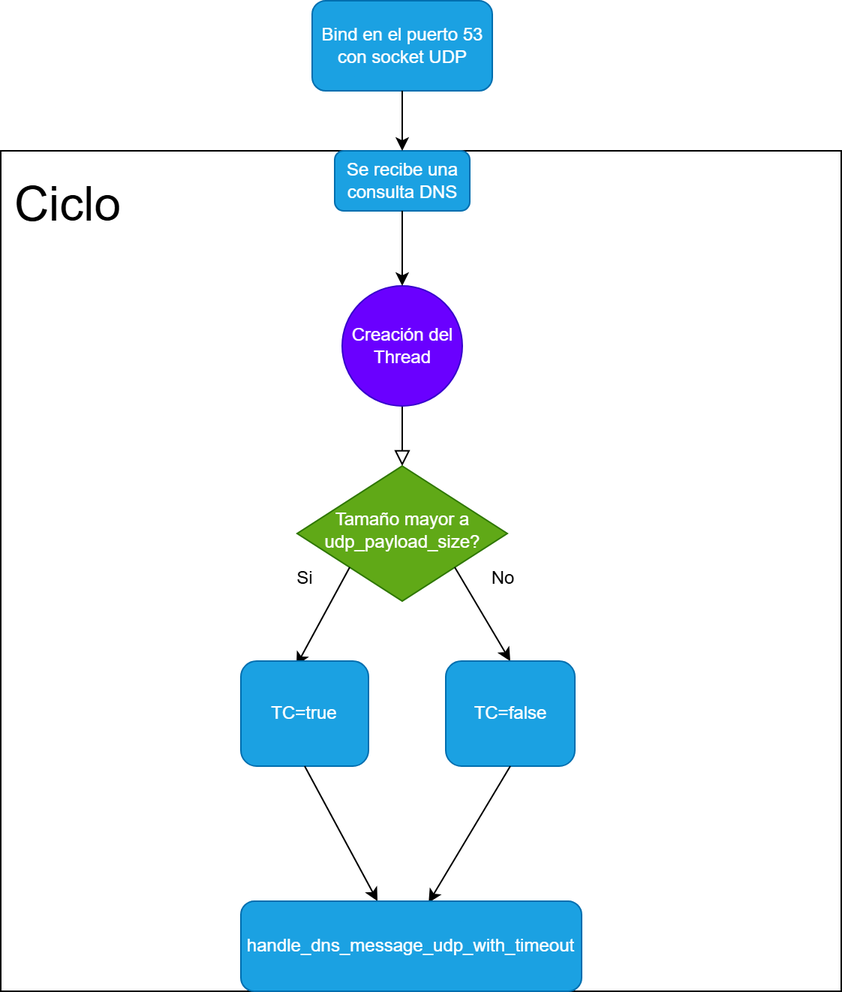
Earlier version of the draw.io export diagramas/recieve_and_response.png (konegoro/informe_memoria). Source tidied: cells renumbered, new cells last; positions are measured from the earlier drawing's top-left corner, leaving out a move shared by most shapes.
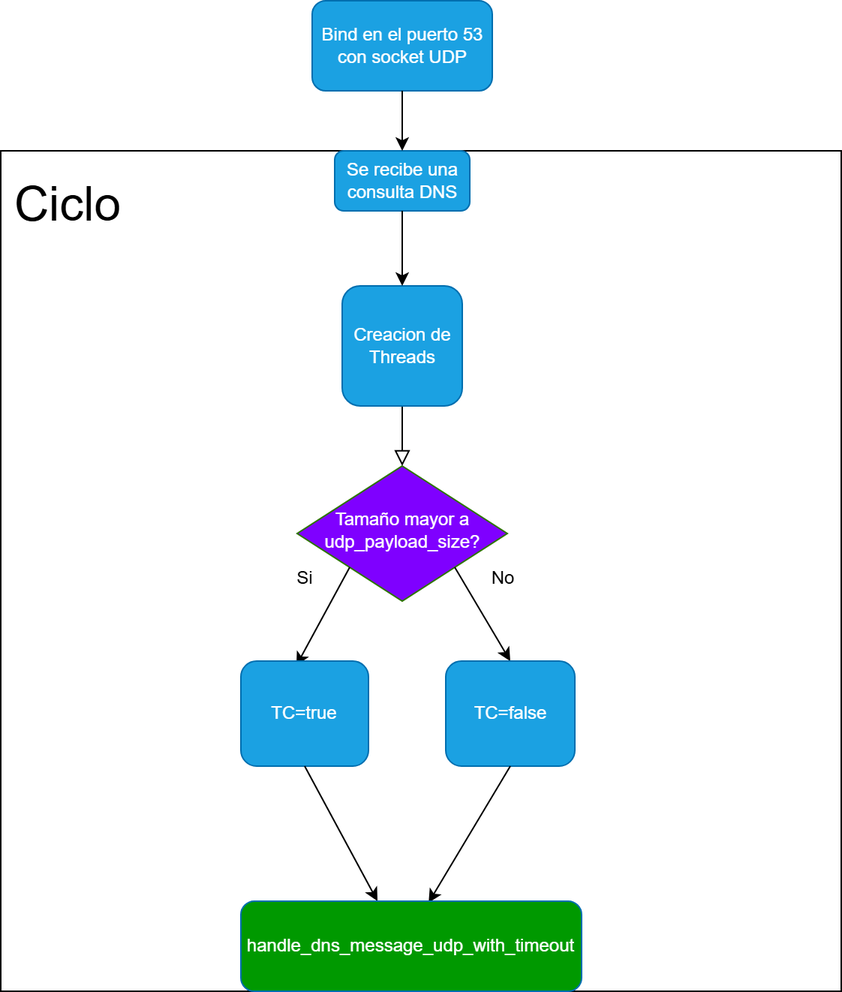
The same file after the commit.

The edit, as a diff of the source:
```diff
@@ -11,7 +11,7 @@
     <mxCell id="4" value="Se recibe una consulta DNS" style="rounded=1;whiteSpace=wrap;html=1;fontSize=12;glass=0;strokeWidth=1;shadow=0;fillColor=#1ba1e2;fontColor=#ffffff;strokeColor=#006EAF;" parent="1" vertex="1">
       <mxGeometry x="222.5" y="100" width="90" height="40" as="geometry" />
     </mxCell>
-    <mxCell id="5" value="&lt;font&gt;Tamaño mayor a udp_payload_size?&lt;/font&gt;" style="rhombus;whiteSpace=wrap;html=1;shadow=0;fontFamily=Helvetica;fontSize=12;align=center;strokeWidth=1;spacing=6;spacingTop=-4;fillColor=#60a917;fontColor=#ffffff;strokeColor=#2D7600;" parent="1" vertex="1">
+    <mxCell id="5" value="&lt;font&gt;Tamaño mayor a udp_payload_size?&lt;/font&gt;" style="rhombus;whiteSpace=wrap;html=1;shadow=0;fontFamily=Helvetica;fontSize=12;align=center;strokeWidth=1;spacing=6;spacingTop=-4;fillColor=#7F00FF;fontColor=#ffffff;strokeColor=#2D7600;" parent="1" vertex="1">
       <mxGeometry x="197.5" y="310" width="140" height="90" as="geometry" />
     </mxCell>
     <mxCell id="6" style="endArrow=classic;html=1;rounded=0;exitX=0;exitY=1;exitDx=0;exitDy=0;entryX=0.435;entryY=0.043;entryDx=0;entryDy=0;entryPerimeter=0;" parent="1" edge="1" source="5" target="10">
@@ -38,7 +38,7 @@
     <mxCell id="13" style="endArrow=classic;html=1;rounded=0;exitX=0.5;exitY=1;exitDx=0;exitDy=0;entryX=0.551;entryY=0.017;entryDx=0;entryDy=0;entryPerimeter=0;" parent="1" edge="1" source="11" target="14">
       <mxGeometry relative="1" as="geometry" />
     </mxCell>
-    <mxCell id="14" value="handle_dns_message_udp_with_timeout" style="rounded=1;whiteSpace=wrap;html=1;fontSize=12;glass=0;strokeWidth=1;shadow=0;fillColor=#1ba1e2;fontColor=#ffffff;strokeColor=#006EAF;" parent="1" vertex="1">
+    <mxCell id="14" value="handle_dns_message_udp_with_timeout" style="rounded=1;whiteSpace=wrap;html=1;fontSize=12;glass=0;strokeWidth=1;shadow=0;fillColor=#009900;fontColor=#ffffff;strokeColor=#006EAF;" parent="1" vertex="1">
       <mxGeometry x="160" y="600" width="227" height="60" as="geometry" />
     </mxCell>
     <mxCell id="15" value="&lt;span style=&quot;font-size: 32px;&quot;&gt;Ciclo&lt;/span&gt;" style="text;html=1;whiteSpace=wrap;strokeColor=none;fillColor=none;align=center;verticalAlign=middle;rounded=0;" parent="1" vertex="1">
@@ -50,7 +50,7 @@
     <mxCell id="17" style="endArrow=classic;html=1;rounded=0;exitX=0.5;exitY=1;exitDx=0;exitDy=0;entryX=0.5;entryY=0;entryDx=0;entryDy=0;" parent="1" edge="1" source="16" target="4">
       <mxGeometry relative="1" as="geometry" />
     </mxCell>
-    <mxCell id="18" value="Creación del Thread" style="ellipse;whiteSpace=wrap;html=1;fillColor=#6a00ff;fontColor=#ffffff;strokeColor=#3700CC;" parent="1" vertex="1">
+    <mxCell id="18" value="Creacion de Threads" style="rounded=1;whiteSpace=wrap;html=1;fontSize=12;glass=0;strokeWidth=1;shadow=0;fillColor=#1ba1e2;fontColor=#ffffff;strokeColor=#006EAF;" parent="1" vertex="1">
       <mxGeometry x="227.5" y="190" width="80" height="80" as="geometry" />
     </mxCell>
     <mxCell id="19" style="endArrow=classic;html=1;rounded=0;exitX=0.5;exitY=1;exitDx=0;exitDy=0;" parent="1" edge="1" source="4" target="18">
```
